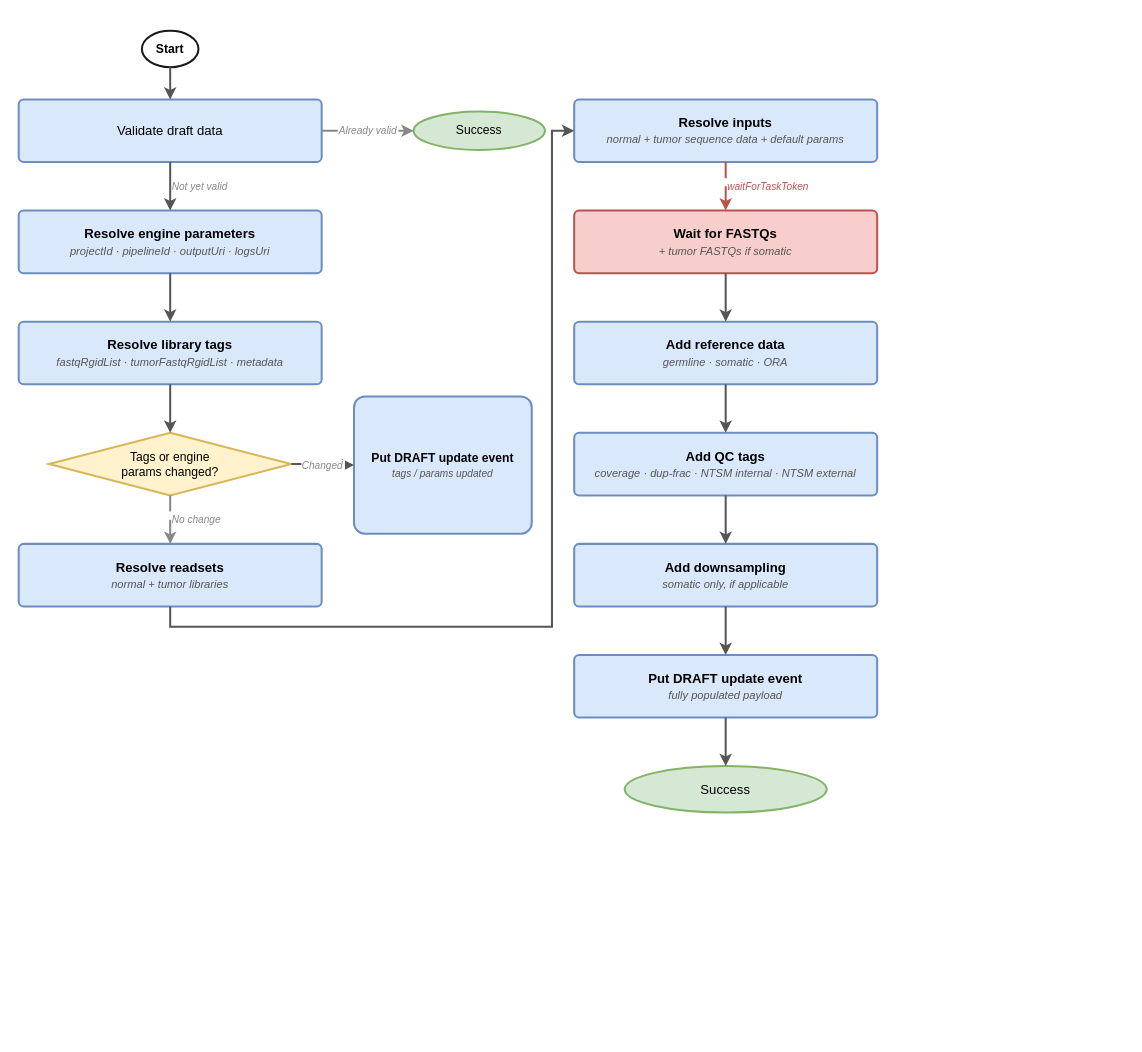
Before: docs/draw-io-exports/populate-draft-data.drawio in OrcaBus/service-dragen-wgts-dna-pipeline-manager, a draw.io diagram. Source tidied: cells renumbered, new cells numbered last; positions are measured from the earlier drawing's top-left corner, leaving out a move shared by most shapes. Both pictures are drawn from the tidied source at 101%, with x=0, y=0 at pixel (18, 30).
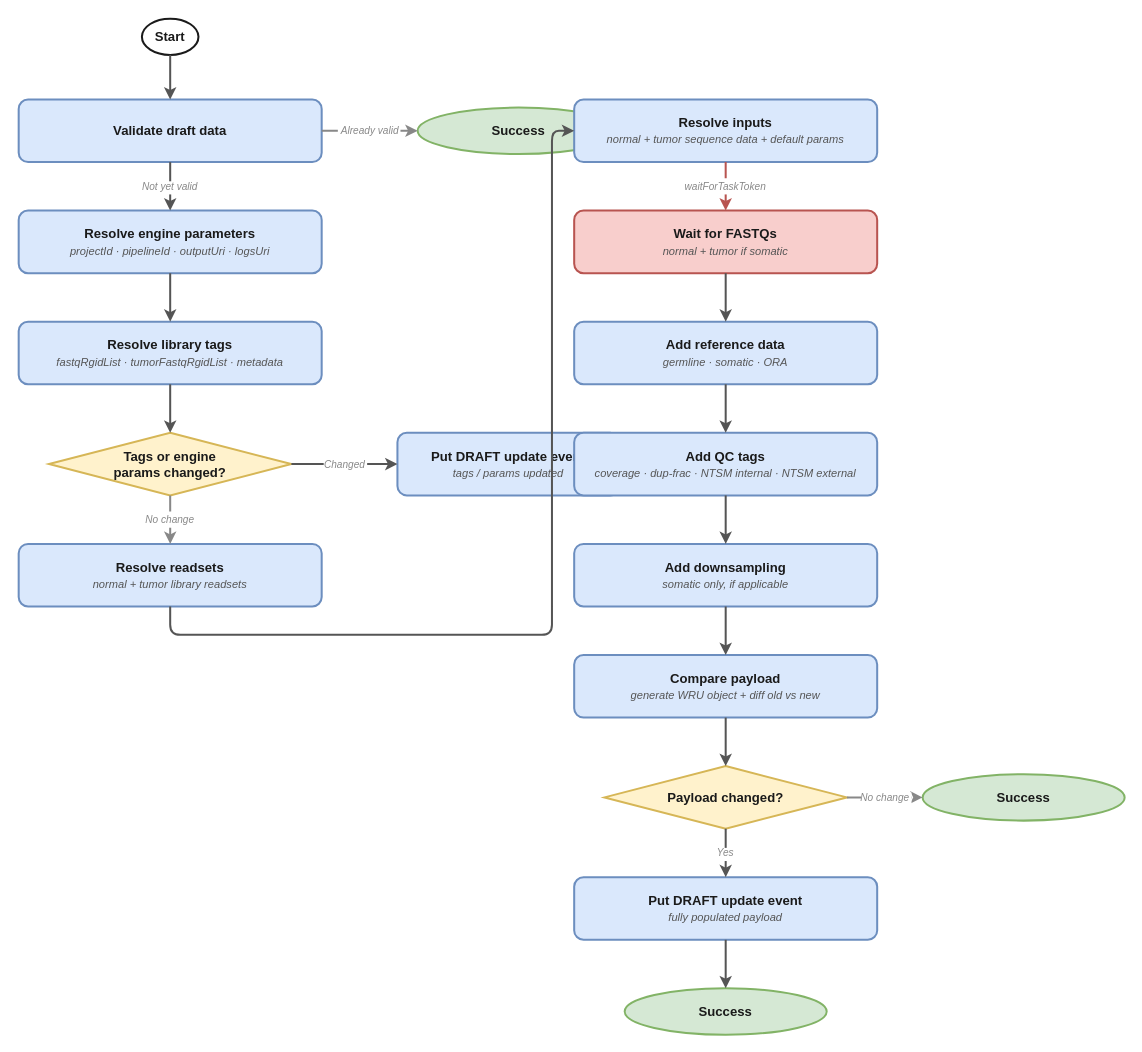
The same page after the edit.

Change to the diagram source:
```diff
@@
-    <mxCell id="2" value="Start" style="ellipse;whiteSpace=wrap;html=1;fillColor=#ffffff;strokeColor=#1a1a1a;strokeWidth=2;fontStyle=1;fontSize=12;fontFamily=Helvetica;" parent="1" vertex="1">
-      <mxGeometry x="122" width="56" height="36" as="geometry" />
+    <mxCell id="2" value="Start" style="ellipse;whiteSpace=wrap;html=1;fillColor=#ffffff;strokeColor=#1a1a1a;strokeWidth=2;fontSize=13;fontStyle=1;fontColor=#1a1a1a;" parent="1" vertex="1">
+      <mxGeometry x="122" y="-12" width="56" height="36" as="geometry" />
     </mxCell>
-    <mxCell id="3" value="Validate draft data" style="rounded=1;whiteSpace=wrap;html=1;fillColor=#dae8fc;strokeColor=#6c8ebf;strokeWidth=2;fontSize=13;fontFamily=Helvetica;arcSize=8;" parent="1" vertex="1">
+    <mxCell id="3" value="Validate draft data" style="rounded=1;whiteSpace=wrap;html=1;fillColor=#dae8fc;strokeColor=#6c8ebf;strokeWidth=2;fontSize=13;fontStyle=1;fontColor=#1a1a1a;" parent="1" vertex="1">
       <mxGeometry y="68" width="300" height="62" as="geometry" />
     </mxCell>
-    <mxCell id="4" value="Success" style="ellipse;whiteSpace=wrap;html=1;fillColor=#d5e8d4;strokeColor=#82b366;strokeWidth=2;fontSize=12;fontFamily=Helvetica;" parent="1" vertex="1">
-      <mxGeometry x="391" y="80" width="130" height="38" as="geometry" />
-    </mxCell>
+    <mxCell id="31" value="Success" style="ellipse;whiteSpace=wrap;html=1;fillColor=#d5e8d4;strokeColor=#82b366;strokeWidth=2;fontSize=13;fontStyle=1;fontColor=#1a1a1a;arcSize=50;" parent="1" vertex="1">
+      <mxGeometry x="395" y="76" width="200" height="46" as="geometry" />
+    </mxCell>
-    <mxCell id="5" value="&lt;b&gt;Resolve engine parameters&lt;/b&gt;&lt;br/&gt;&lt;i&gt;&lt;font style=&quot;font-size:11px;color:#555555;&quot;&gt;projectId · pipelineId · outputUri · logsUri&lt;/font&gt;&lt;/i&gt;" style="rounded=1;whiteSpace=wrap;html=1;fillColor=#dae8fc;strokeColor=#6c8ebf;strokeWidth=2;fontSize=13;fontFamily=Helvetica;arcSize=8;" parent="1" vertex="1">
+    <mxCell id="5" value="&lt;b&gt;Resolve engine parameters&lt;/b&gt;&lt;br&gt;&lt;i style=&quot;font-size:11px;color:#555555;&quot;&gt;projectId · pipelineId · outputUri · logsUri&lt;/i&gt;" style="rounded=1;whiteSpace=wrap;html=1;fillColor=#dae8fc;strokeColor=#6c8ebf;strokeWidth=2;fontSize=13;fontColor=#1a1a1a;" parent="1" vertex="1">
       <mxGeometry y="178" width="300" height="62" as="geometry" />
     </mxCell>
-    <mxCell id="6" value="&lt;b&gt;Resolve library tags&lt;/b&gt;&lt;br/&gt;&lt;i&gt;&lt;font style=&quot;font-size:11px;color:#555555;&quot;&gt;fastqRgidList · tumorFastqRgidList · metadata&lt;/font&gt;&lt;/i&gt;" style="rounded=1;whiteSpace=wrap;html=1;fillColor=#dae8fc;strokeColor=#6c8ebf;strokeWidth=2;fontSize=13;fontFamily=Helvetica;arcSize=8;" parent="1" vertex="1">
+    <mxCell id="6" value="&lt;b&gt;Resolve library tags&lt;/b&gt;&lt;br&gt;&lt;i style=&quot;font-size:11px;color:#555555;&quot;&gt;fastqRgidList · tumorFastqRgidList · metadata&lt;/i&gt;" style="rounded=1;whiteSpace=wrap;html=1;fillColor=#dae8fc;strokeColor=#6c8ebf;strokeWidth=2;fontSize=13;fontColor=#1a1a1a;" parent="1" vertex="1">
       <mxGeometry y="288" width="300" height="62" as="geometry" />
     </mxCell>
-    <mxCell id="7" value="Tags or engine&lt;br/&gt;params changed?" style="rhombus;whiteSpace=wrap;html=1;fillColor=#fff2cc;strokeColor=#d6b656;strokeWidth=2;fontSize=12;fontFamily=Helvetica;" parent="1" vertex="1">
+    <mxCell id="7" value="Tags or engine&#10;params changed?" style="rhombus;whiteSpace=wrap;html=1;fillColor=#fff2cc;strokeColor=#d6b656;strokeWidth=2;fontSize=13;fontStyle=1;fontColor=#1a1a1a;" parent="1" vertex="1">
       <mxGeometry x="30" y="398" width="240" height="62" as="geometry" />
     </mxCell>
-    <mxCell id="8" value="&lt;b&gt;Put DRAFT update event&lt;/b&gt;&lt;br/&gt;&lt;i&gt;&lt;font style=&quot;font-size:10px;color:#555555;&quot;&gt;tags / params updated&lt;/font&gt;&lt;/i&gt;" style="rounded=1;whiteSpace=wrap;html=1;fillColor=#dae8fc;strokeColor=#6c8ebf;strokeWidth=2;fontSize=12;fontFamily=Helvetica;arcSize=8;" parent="1" vertex="1">
-      <mxGeometry x="332" y="362" width="176" height="136" as="geometry" />
+    <mxCell id="8" value="&lt;b&gt;Put DRAFT update event&lt;/b&gt;&lt;br&gt;&lt;i style=&quot;font-size:11px;color:#555555;&quot;&gt;tags / params updated&lt;/i&gt;" style="rounded=1;whiteSpace=wrap;html=1;fillColor=#dae8fc;strokeColor=#6c8ebf;strokeWidth=2;fontSize=13;fontColor=#1a1a1a;" parent="1" vertex="1">
+      <mxGeometry x="375" y="398" width="220" height="62" as="geometry" />
     </mxCell>
-    <mxCell id="9" value="&lt;b&gt;Resolve readsets&lt;/b&gt;&lt;br/&gt;&lt;i&gt;&lt;font style=&quot;font-size:11px;color:#555555;&quot;&gt;normal + tumor libraries&lt;/font&gt;&lt;/i&gt;" style="rounded=1;whiteSpace=wrap;html=1;fillColor=#dae8fc;strokeColor=#6c8ebf;strokeWidth=2;fontSize=13;fontFamily=Helvetica;arcSize=8;" parent="1" vertex="1">
-      <mxGeometry y="508" width="300" height="62" as="geometry" />
-    </mxCell>
+    <mxCell id="32" value="&lt;b&gt;Resolve readsets&lt;/b&gt;&lt;br&gt;&lt;i style=&quot;font-size:11px;color:#555555;&quot;&gt;normal + tumor library readsets&lt;/i&gt;" style="rounded=1;whiteSpace=wrap;html=1;fillColor=#dae8fc;strokeColor=#6c8ebf;strokeWidth=2;fontSize=13;fontColor=#1a1a1a;" parent="1" vertex="1">
+      <mxGeometry y="508" width="300" height="62" as="geometry" />
+    </mxCell>
-    <mxCell id="10" value="&lt;b&gt;Resolve inputs&lt;/b&gt;&lt;br/&gt;&lt;i&gt;&lt;font style=&quot;font-size:11px;color:#555555;&quot;&gt;normal + tumor sequence data + default params&lt;/font&gt;&lt;/i&gt;" style="rounded=1;whiteSpace=wrap;html=1;fillColor=#dae8fc;strokeColor=#6c8ebf;strokeWidth=2;fontSize=13;fontFamily=Helvetica;arcSize=8;" parent="1" vertex="1">
+    <mxCell id="10" value="&lt;b&gt;Resolve inputs&lt;/b&gt;&lt;br&gt;&lt;i style=&quot;font-size:11px;color:#555555;&quot;&gt;normal + tumor sequence data + default params&lt;/i&gt;" style="rounded=1;whiteSpace=wrap;html=1;fillColor=#dae8fc;strokeColor=#6c8ebf;strokeWidth=2;fontSize=13;fontColor=#1a1a1a;" parent="1" vertex="1">
       <mxGeometry x="550" y="68" width="300" height="62" as="geometry" />
     </mxCell>
-    <mxCell id="11" value="&lt;b&gt;Wait for FASTQs&lt;/b&gt;&lt;br/&gt;&lt;i&gt;&lt;font style=&quot;font-size:11px;color:#555555;&quot;&gt;+ tumor FASTQs if somatic&lt;/font&gt;&lt;/i&gt;" style="rounded=1;whiteSpace=wrap;html=1;fillColor=#f8cecc;strokeColor=#b85450;strokeWidth=2;fontSize=13;fontFamily=Helvetica;arcSize=8;" parent="1" vertex="1">
-      <mxGeometry x="550" y="178" width="300" height="62" as="geometry" />
-    </mxCell>
+    <mxCell id="33" value="&lt;b&gt;Wait for FASTQs&lt;/b&gt;&lt;br&gt;&lt;i style=&quot;font-size:11px;color:#555555;&quot;&gt;normal + tumor if somatic&lt;/i&gt;" style="rounded=1;whiteSpace=wrap;html=1;fillColor=#f8cecc;strokeColor=#b85450;strokeWidth=2;fontSize=13;fontColor=#1a1a1a;" parent="1" vertex="1">
+      <mxGeometry x="550" y="178" width="300" height="62" as="geometry" />
+    </mxCell>
-    <mxCell id="12" value="&lt;b&gt;Add reference data&lt;/b&gt;&lt;br/&gt;&lt;i&gt;&lt;font style=&quot;font-size:11px;color:#555555;&quot;&gt;germline · somatic · ORA&lt;/font&gt;&lt;/i&gt;" style="rounded=1;whiteSpace=wrap;html=1;fillColor=#dae8fc;strokeColor=#6c8ebf;strokeWidth=2;fontSize=13;fontFamily=Helvetica;arcSize=8;" parent="1" vertex="1">
+    <mxCell id="12" value="&lt;b&gt;Add reference data&lt;/b&gt;&lt;br&gt;&lt;i style=&quot;font-size:11px;color:#555555;&quot;&gt;germline · somatic · ORA&lt;/i&gt;" style="rounded=1;whiteSpace=wrap;html=1;fillColor=#dae8fc;strokeColor=#6c8ebf;strokeWidth=2;fontSize=13;fontColor=#1a1a1a;" parent="1" vertex="1">
       <mxGeometry x="550" y="288" width="300" height="62" as="geometry" />
     </mxCell>
-    <mxCell id="13" value="&lt;b&gt;Add QC tags&lt;/b&gt;&lt;br/&gt;&lt;i&gt;&lt;font style=&quot;font-size:11px;color:#555555;&quot;&gt;coverage · dup-frac · NTSM internal · NTSM external&lt;/font&gt;&lt;/i&gt;" style="rounded=1;whiteSpace=wrap;html=1;fillColor=#dae8fc;strokeColor=#6c8ebf;strokeWidth=2;fontSize=13;fontFamily=Helvetica;arcSize=8;" parent="1" vertex="1">
+    <mxCell id="13" value="&lt;b&gt;Add QC tags&lt;/b&gt;&lt;br&gt;&lt;i style=&quot;font-size:11px;color:#555555;&quot;&gt;coverage · dup-frac · NTSM internal · NTSM external&lt;/i&gt;" style="rounded=1;whiteSpace=wrap;html=1;fillColor=#dae8fc;strokeColor=#6c8ebf;strokeWidth=2;fontSize=13;fontColor=#1a1a1a;" parent="1" vertex="1">
       <mxGeometry x="550" y="398" width="300" height="62" as="geometry" />
     </mxCell>
-    <mxCell id="14" value="&lt;b&gt;Add downsampling&lt;/b&gt;&lt;br/&gt;&lt;i&gt;&lt;font style=&quot;font-size:11px;color:#555555;&quot;&gt;somatic only, if applicable&lt;/font&gt;&lt;/i&gt;" style="rounded=1;whiteSpace=wrap;html=1;fillColor=#dae8fc;strokeColor=#6c8ebf;strokeWidth=2;fontSize=13;fontFamily=Helvetica;arcSize=8;" parent="1" vertex="1">
+    <mxCell id="14" value="&lt;b&gt;Add downsampling&lt;/b&gt;&lt;br&gt;&lt;i style=&quot;font-size:11px;color:#555555;&quot;&gt;somatic only, if applicable&lt;/i&gt;" style="rounded=1;whiteSpace=wrap;html=1;fillColor=#dae8fc;strokeColor=#6c8ebf;strokeWidth=2;fontSize=13;fontColor=#1a1a1a;" parent="1" vertex="1">
       <mxGeometry x="550" y="508" width="300" height="62" as="geometry" />
     </mxCell>
+    <mxCell id="34" value="&lt;b&gt;Compare payload&lt;/b&gt;&lt;br&gt;&lt;i style=&quot;font-size:11px;color:#555555;&quot;&gt;generate WRU object + diff old vs new&lt;/i&gt;" style="rounded=1;whiteSpace=wrap;html=1;fillColor=#dae8fc;strokeColor=#6c8ebf;strokeWidth=2;fontSize=13;fontColor=#1a1a1a;" parent="1" vertex="1">
+      <mxGeometry x="550" y="618" width="300" height="62" as="geometry" />
+    </mxCell>
+    <mxCell id="35" value="Payload changed?" style="rhombus;whiteSpace=wrap;html=1;fillColor=#fff2cc;strokeColor=#d6b656;strokeWidth=2;fontSize=13;fontStyle=1;fontColor=#1a1a1a;" parent="1" vertex="1">
+      <mxGeometry x="580" y="728" width="240" height="62" as="geometry" />
+    </mxCell>
-    <mxCell id="15" value="&lt;b&gt;Put DRAFT update event&lt;/b&gt;&lt;br/&gt;&lt;i&gt;&lt;font style=&quot;font-size:11px;color:#555555;&quot;&gt;fully populated payload&lt;/font&gt;&lt;/i&gt;" style="rounded=1;whiteSpace=wrap;html=1;fillColor=#dae8fc;strokeColor=#6c8ebf;strokeWidth=2;fontSize=13;fontFamily=Helvetica;arcSize=8;" parent="1" vertex="1">
-      <mxGeometry x="550" y="618" width="300" height="62" as="geometry" />
+    <mxCell id="15" value="&lt;b&gt;Put DRAFT update event&lt;/b&gt;&lt;br&gt;&lt;i style=&quot;font-size:11px;color:#555555;&quot;&gt;fully populated payload&lt;/i&gt;" style="rounded=1;whiteSpace=wrap;html=1;fillColor=#dae8fc;strokeColor=#6c8ebf;strokeWidth=2;fontSize=13;fontColor=#1a1a1a;" parent="1" vertex="1">
+      <mxGeometry x="550" y="838" width="300" height="62" as="geometry" />
     </mxCell>
-    <mxCell id="16" value="Success" style="ellipse;whiteSpace=wrap;html=1;fillColor=#d5e8d4;strokeColor=#82b366;strokeWidth=2;fontSize=13;fontFamily=Helvetica;" parent="1" vertex="1">
-      <mxGeometry x="600" y="728" width="200" height="46" as="geometry" />
-    </mxCell>
+    <mxCell id="36" value="Success" style="ellipse;whiteSpace=wrap;html=1;fillColor=#d5e8d4;strokeColor=#82b366;strokeWidth=2;fontSize=13;fontStyle=1;fontColor=#1a1a1a;arcSize=50;" parent="1" vertex="1">
+      <mxGeometry x="600" y="948" width="200" height="46" as="geometry" />
+    </mxCell>
+    <mxCell id="37" value="Success" style="ellipse;whiteSpace=wrap;html=1;fillColor=#d5e8d4;strokeColor=#82b366;strokeWidth=2;fontSize=13;fontStyle=1;fontColor=#1a1a1a;arcSize=50;" parent="1" vertex="1">
+      <mxGeometry x="895" y="736" width="200" height="46" as="geometry" />
+    </mxCell>
@@
-    <mxCell id="18" value="Already valid" style="edgeStyle=orthogonalEdgeStyle;strokeColor=#888888;strokeWidth=2;dashed=1;dashPattern=8 4;exitX=1;exitY=0.5;exitDx=0;exitDy=0;entryX=0;entryY=0.5;entryDx=0;entryDy=0;fontSize=10;fontColor=#888888;fontStyle=2;" parent="1" edge="1" source="3" target="4">
+    <mxCell id="18" value="Already valid" style="edgeStyle=orthogonalEdgeStyle;strokeColor=#888888;strokeWidth=2;dashed=1;dashPattern=8 4;fontSize=10;fontColor=#888888;fontStyle=2;exitX=1;exitY=0.5;exitDx=0;exitDy=0;entryX=0;entryY=0.5;entryDx=0;entryDy=0;" parent="1" edge="1" source="3" target="31">
       <mxGeometry relative="1" as="geometry" />
     </mxCell>
-    <mxCell id="19" value="Not yet valid" style="edgeStyle=orthogonalEdgeStyle;strokeColor=#555555;strokeWidth=2;exitX=0.5;exitY=1;exitDx=0;exitDy=0;entryX=0.5;entryY=0;entryDx=0;entryDy=0;fontSize=10;fontColor=#888888;fontStyle=2;align=left;" parent="1" edge="1" source="3" target="5">
+    <mxCell id="19" value="Not yet valid" style="edgeStyle=orthogonalEdgeStyle;strokeColor=#555555;strokeWidth=2;fontSize=10;fontColor=#888888;fontStyle=2;exitX=0.5;exitY=1;exitDx=0;exitDy=0;entryX=0.5;entryY=0;entryDx=0;entryDy=0;" parent="1" edge="1" source="3" target="5">
       <mxGeometry relative="1" as="geometry" />
     </mxCell>
@@
-    <mxCell id="22" value="Changed" style="edgeStyle=orthogonalEdgeStyle;strokeColor=#555555;strokeWidth=2;exitX=1;exitY=0.5;exitDx=0;exitDy=0;entryX=0;entryY=0.5;entryDx=0;entryDy=0;fontSize=10;fontColor=#888888;fontStyle=2;" parent="1" edge="1" source="7" target="8">
+    <mxCell id="22" value="Changed" style="edgeStyle=orthogonalEdgeStyle;strokeColor=#555555;strokeWidth=2;fontSize=10;fontColor=#888888;fontStyle=2;exitX=1;exitY=0.5;exitDx=0;exitDy=0;entryX=0;entryY=0.5;entryDx=0;entryDy=0;" parent="1" edge="1" source="7" target="8">
       <mxGeometry relative="1" as="geometry" />
     </mxCell>
-    <mxCell id="23" value="No change" style="edgeStyle=orthogonalEdgeStyle;strokeColor=#888888;strokeWidth=2;dashed=1;dashPattern=8 4;exitX=0.5;exitY=1;exitDx=0;exitDy=0;entryX=0.5;entryY=0;entryDx=0;entryDy=0;fontSize=10;fontColor=#888888;fontStyle=2;align=left;" parent="1" edge="1" source="7" target="9">
+    <mxCell id="23" value="No change" style="edgeStyle=orthogonalEdgeStyle;strokeColor=#888888;strokeWidth=2;dashed=1;dashPattern=8 4;fontSize=10;fontColor=#888888;fontStyle=2;exitX=0.5;exitY=1;exitDx=0;exitDy=0;entryX=0.5;entryY=0;entryDx=0;entryDy=0;" parent="1" edge="1" source="7" target="32">
       <mxGeometry relative="1" as="geometry" />
     </mxCell>
-    <mxCell id="24" style="edgeStyle=orthogonalEdgeStyle;strokeColor=#555555;strokeWidth=2;exitX=0.5;exitY=1;exitDx=0;exitDy=0;entryX=0;entryY=0.5;entryDx=0;entryDy=0;rounded=0;" parent="1" edge="1" source="9" target="10">
+    <mxCell id="24" style="edgeStyle=orthogonalEdgeStyle;strokeColor=#555555;strokeWidth=2;exitX=0.5;exitY=1;exitDx=0;exitDy=0;entryX=0;entryY=0.5;entryDx=0;entryDy=0;" parent="1" edge="1" source="32" target="10">
       <mxGeometry relative="1" as="geometry">
         <Array as="points">
-          <mxPoint x="150" y="590" />
-          <mxPoint x="528" y="590" />
+          <mxPoint x="150" y="598" />
+          <mxPoint x="528" y="598" />
           <mxPoint x="528" y="99" />
         </Array>
       </mxGeometry>
     </mxCell>
-    <mxCell id="25" value="waitForTaskToken" style="edgeStyle=orthogonalEdgeStyle;strokeColor=#b85450;strokeWidth=2;dashed=1;dashPattern=8 4;exitX=0.5;exitY=1;exitDx=0;exitDy=0;entryX=0.5;entryY=0;entryDx=0;entryDy=0;fontSize=10;fontColor=#b85450;fontStyle=2;align=left;" parent="1" edge="1" source="10" target="11">
+    <mxCell id="25" value="waitForTaskToken" style="edgeStyle=orthogonalEdgeStyle;strokeColor=#b85450;strokeWidth=2;dashed=1;dashPattern=8 4;fontSize=10;fontColor=#888888;fontStyle=2;exitX=0.5;exitY=1;exitDx=0;exitDy=0;entryX=0.5;entryY=0;entryDx=0;entryDy=0;" parent="1" edge="1" source="10" target="33">
       <mxGeometry relative="1" as="geometry" />
     </mxCell>
-    <mxCell id="26" style="edgeStyle=orthogonalEdgeStyle;strokeColor=#555555;strokeWidth=2;exitX=0.5;exitY=1;exitDx=0;exitDy=0;entryX=0.5;entryY=0;entryDx=0;entryDy=0;" parent="1" edge="1" source="11" target="12">
+    <mxCell id="26" style="edgeStyle=orthogonalEdgeStyle;strokeColor=#555555;strokeWidth=2;exitX=0.5;exitY=1;exitDx=0;exitDy=0;entryX=0.5;entryY=0;entryDx=0;entryDy=0;" parent="1" edge="1" source="33" target="12">
       <mxGeometry relative="1" as="geometry" />
     </mxCell>
@@
-    <mxCell id="29" style="edgeStyle=orthogonalEdgeStyle;strokeColor=#555555;strokeWidth=2;exitX=0.5;exitY=1;exitDx=0;exitDy=0;entryX=0.5;entryY=0;entryDx=0;entryDy=0;" parent="1" edge="1" source="14" target="15">
+    <mxCell id="29" style="edgeStyle=orthogonalEdgeStyle;strokeColor=#555555;strokeWidth=2;exitX=0.5;exitY=1;exitDx=0;exitDy=0;entryX=0.5;entryY=0;entryDx=0;entryDy=0;" parent="1" edge="1" source="14" target="34">
       <mxGeometry relative="1" as="geometry" />
     </mxCell>
-    <mxCell id="30" style="edgeStyle=orthogonalEdgeStyle;strokeColor=#555555;strokeWidth=2;exitX=0.5;exitY=1;exitDx=0;exitDy=0;entryX=0.5;entryY=0;entryDx=0;entryDy=0;" parent="1" edge="1" source="15" target="16">
+    <mxCell id="30" style="edgeStyle=orthogonalEdgeStyle;strokeColor=#555555;strokeWidth=2;exitX=0.5;exitY=1;exitDx=0;exitDy=0;entryX=0.5;entryY=0;entryDx=0;entryDy=0;" parent="1" edge="1" source="34" target="35">
       <mxGeometry relative="1" as="geometry" />
     </mxCell>
+    <mxCell id="38" value="Yes" style="edgeStyle=orthogonalEdgeStyle;strokeColor=#555555;strokeWidth=2;fontSize=10;fontColor=#888888;fontStyle=2;exitX=0.5;exitY=1;exitDx=0;exitDy=0;entryX=0.5;entryY=0;entryDx=0;entryDy=0;" parent="1" edge="1" source="35" target="15">
+      <mxGeometry relative="1" as="geometry" />
+    </mxCell>
+    <mxCell id="39" value="No change" style="edgeStyle=orthogonalEdgeStyle;strokeColor=#888888;strokeWidth=2;dashed=1;dashPattern=8 4;fontSize=10;fontColor=#888888;fontStyle=2;exitX=1;exitY=0.5;exitDx=0;exitDy=0;entryX=0;entryY=0.5;entryDx=0;entryDy=0;" parent="1" edge="1" source="35" target="37">
+      <mxGeometry relative="1" as="geometry" />
+    </mxCell>
+    <mxCell id="40" style="edgeStyle=orthogonalEdgeStyle;strokeColor=#555555;strokeWidth=2;exitX=0.5;exitY=1;exitDx=0;exitDy=0;entryX=0.5;entryY=0;entryDx=0;entryDy=0;" parent="1" edge="1" source="15" target="36">
+      <mxGeometry relative="1" as="geometry" />
+    </mxCell>
```
